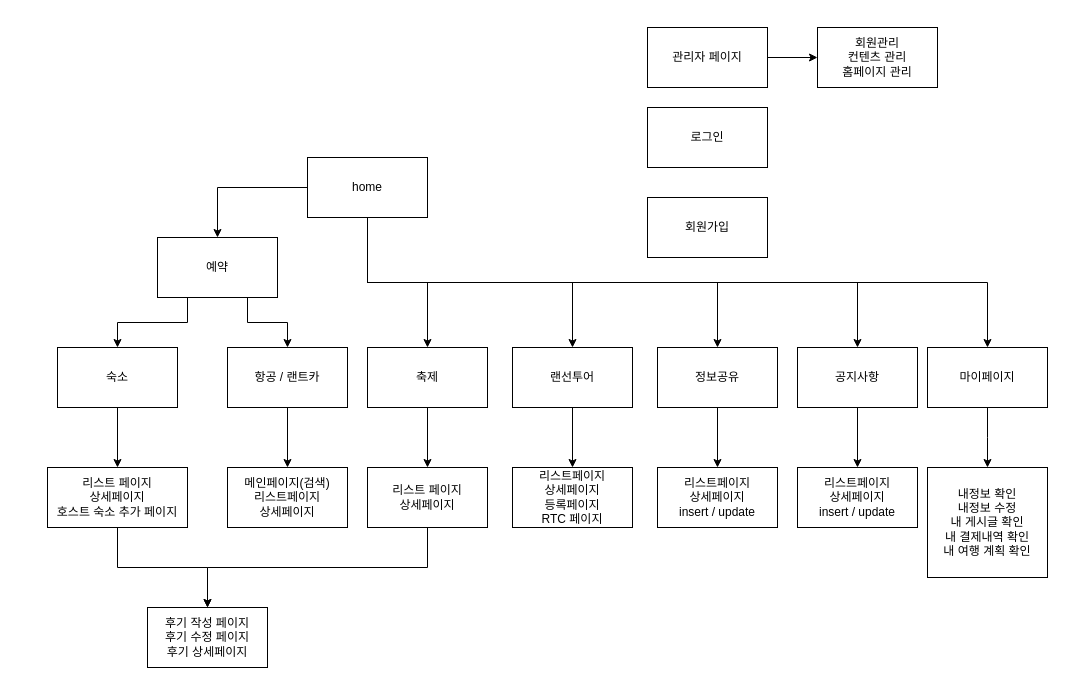
Above: Untitled Diagram.drawio in Janggeun-Lee/mygit (draw.io), before the change. Source tidied: cells renumbered, new cells numbered last; positions are measured from the earlier drawing's top-left corner, leaving out a move shared by most shapes. Both pictures are drawn from the tidied source at 100%, with x=0, y=0 at pixel (47, 27).
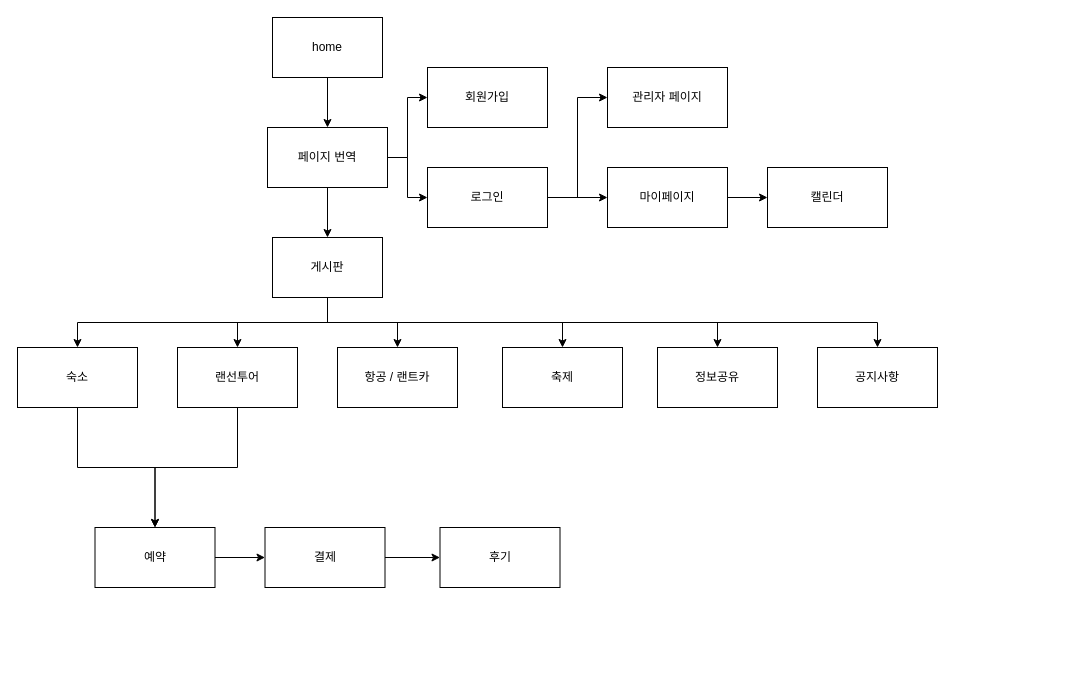
The same page after the edit.

What changed in the source:
```diff
@@
-    <mxCell id="2" style="edgeStyle=orthogonalEdgeStyle;rounded=0;jettySize=auto;html=1;exitX=0;exitY=0.5;exitDx=0;exitDy=0;entryX=0.5;entryY=0;entryDx=0;entryDy=0;" parent="1" edge="1" source="8" target="32">
-      <mxGeometry relative="1" as="geometry" />
-    </mxCell>
+    <mxCell id="5" style="edgeStyle=orthogonalEdgeStyle;rounded=0;jettySize=auto;html=1;exitX=0.5;exitY=1;exitDx=0;exitDy=0;" parent="1" edge="1" source="8" target="24">
+      <mxGeometry relative="1" as="geometry" />
+    </mxCell>
+    <mxCell id="6" style="edgeStyle=orthogonalEdgeStyle;rounded=0;jettySize=auto;html=1;exitX=0.5;exitY=1;exitDx=0;exitDy=0;entryX=0.5;entryY=0;entryDx=0;entryDy=0;" parent="1" edge="1" source="8" target="20">
+      <mxGeometry relative="1" as="geometry" />
+    </mxCell>
+    <mxCell id="41" style="edgeStyle=orthogonalEdgeStyle;rounded=0;jettySize=auto;html=1;exitX=0.5;exitY=1;exitDx=0;exitDy=0;entryX=0.5;entryY=0;entryDx=0;entryDy=0;" parent="1" edge="1" source="8" target="12">
+      <mxGeometry relative="1" as="geometry" />
+    </mxCell>
-    <mxCell id="3" style="edgeStyle=orthogonalEdgeStyle;rounded=0;jettySize=auto;html=1;exitX=0.5;exitY=1;exitDx=0;exitDy=0;entryX=0.5;entryY=0;entryDx=0;entryDy=0;" parent="1" edge="1" source="8" target="18">
+    <mxCell id="3" style="edgeStyle=orthogonalEdgeStyle;rounded=0;jettySize=auto;html=1;exitX=0.5;exitY=1;exitDx=0;exitDy=0;" parent="1" edge="1" source="8" target="18">
       <mxGeometry relative="1" as="geometry" />
     </mxCell>
@@
-    <mxCell id="5" style="edgeStyle=orthogonalEdgeStyle;rounded=0;jettySize=auto;html=1;exitX=0.5;exitY=1;exitDx=0;exitDy=0;" parent="1" edge="1" source="8" target="24">
-      <mxGeometry relative="1" as="geometry" />
-    </mxCell>
-    <mxCell id="6" style="edgeStyle=orthogonalEdgeStyle;rounded=0;jettySize=auto;html=1;exitX=0.5;exitY=1;exitDx=0;exitDy=0;entryX=0.5;entryY=0;entryDx=0;entryDy=0;" parent="1" edge="1" source="8" target="20">
-      <mxGeometry relative="1" as="geometry" />
-    </mxCell>
-    <mxCell id="7" style="edgeStyle=orthogonalEdgeStyle;rounded=0;jettySize=auto;html=1;exitX=0.5;exitY=1;exitDx=0;exitDy=0;entryX=0.5;entryY=0;entryDx=0;entryDy=0;" parent="1" edge="1" source="8" target="22">
-      <mxGeometry relative="1" as="geometry" />
-    </mxCell>
+    <mxCell id="42" style="edgeStyle=orthogonalEdgeStyle;rounded=0;jettySize=auto;html=1;exitX=0.5;exitY=1;exitDx=0;exitDy=0;" parent="1" edge="1" source="8" target="14">
+      <mxGeometry relative="1" as="geometry" />
+    </mxCell>
-    <mxCell id="8" value="home" style="rounded=0;whiteSpace=wrap;html=1;" parent="1" vertex="1">
-      <mxGeometry x="260" y="130" width="120" height="60" as="geometry" />
+    <mxCell id="8" value="게시판" style="rounded=0;whiteSpace=wrap;html=1;" parent="1" vertex="1">
+      <mxGeometry x="225" y="210" width="110" height="60" as="geometry" />
     </mxCell>
+    <mxCell id="43" style="edgeStyle=orthogonalEdgeStyle;rounded=0;jettySize=auto;html=1;exitX=1;exitY=0.5;exitDx=0;exitDy=0;entryX=0;entryY=0.5;entryDx=0;entryDy=0;" parent="1" edge="1" source="9" target="22">
+      <mxGeometry relative="1" as="geometry" />
+    </mxCell>
+    <mxCell id="44" style="edgeStyle=orthogonalEdgeStyle;rounded=0;jettySize=auto;html=1;exitX=1;exitY=0.5;exitDx=0;exitDy=0;entryX=0;entryY=0.5;entryDx=0;entryDy=0;" parent="1" edge="1" source="9" target="38">
+      <mxGeometry relative="1" as="geometry" />
+    </mxCell>
     <mxCell id="9" value="로그인" style="rounded=0;whiteSpace=wrap;html=1;" parent="1" vertex="1">
-      <mxGeometry x="600" y="80" width="120" height="60" as="geometry" />
+      <mxGeometry x="380" y="140" width="120" height="60" as="geometry" />
     </mxCell>
     <mxCell id="10" value="회원가입" style="rounded=0;whiteSpace=wrap;html=1;" parent="1" vertex="1">
-      <mxGeometry x="600" y="170" width="120" height="60" as="geometry" />
+      <mxGeometry x="380" y="40" width="120" height="60" as="geometry" />
     </mxCell>
-    <mxCell id="11" style="edgeStyle=orthogonalEdgeStyle;rounded=0;jettySize=auto;html=1;exitX=0.5;exitY=1;exitDx=0;exitDy=0;" parent="1" edge="1" source="12" target="33">
-      <mxGeometry relative="1" as="geometry" />
-    </mxCell>
     <mxCell id="12" value="항공 / 랜트카" style="rounded=0;whiteSpace=wrap;html=1;" parent="1" vertex="1">
-      <mxGeometry x="180" y="320" width="120" height="60" as="geometry" />
+      <mxGeometry x="290" y="320" width="120" height="60" as="geometry" />
     </mxCell>
-    <mxCell id="13" style="edgeStyle=orthogonalEdgeStyle;rounded=0;jettySize=auto;html=1;" parent="1" edge="1" source="14" target="26">
-      <mxGeometry relative="1" as="geometry" />
-    </mxCell>
+    <mxCell id="45" style="edgeStyle=orthogonalEdgeStyle;rounded=0;jettySize=auto;html=1;exitX=0.5;exitY=1;exitDx=0;exitDy=0;" parent="1" edge="1" source="14" target="29">
+      <mxGeometry relative="1" as="geometry" />
+    </mxCell>
     <mxCell id="14" value="숙소" style="rounded=0;whiteSpace=wrap;html=1;" parent="1" vertex="1">
-      <mxGeometry x="10" y="320" width="120" height="60" as="geometry" />
+      <mxGeometry x="-30" y="320" width="120" height="60" as="geometry" />
     </mxCell>
-    <mxCell id="15" style="edgeStyle=orthogonalEdgeStyle;rounded=0;jettySize=auto;html=1;exitX=0.5;exitY=1;exitDx=0;exitDy=0;" parent="1" edge="1" source="16" target="34">
-      <mxGeometry relative="1" as="geometry" />
-    </mxCell>
+    <mxCell id="46" style="edgeStyle=orthogonalEdgeStyle;rounded=0;jettySize=auto;html=1;exitX=0.5;exitY=1;exitDx=0;exitDy=0;entryX=0.5;entryY=0;entryDx=0;entryDy=0;" parent="1" edge="1" source="16" target="29">
+      <mxGeometry relative="1" as="geometry" />
+    </mxCell>
     <mxCell id="16" value="랜선투어" style="rounded=0;whiteSpace=wrap;html=1;" parent="1" vertex="1">
-      <mxGeometry x="465" y="320" width="120" height="60" as="geometry" />
+      <mxGeometry x="130" y="320" width="120" height="60" as="geometry" />
     </mxCell>
-    <mxCell id="17" style="edgeStyle=orthogonalEdgeStyle;rounded=0;jettySize=auto;html=1;exitX=0.5;exitY=1;exitDx=0;exitDy=0;entryX=0.5;entryY=0;entryDx=0;entryDy=0;" parent="1" edge="1" source="18" target="28">
-      <mxGeometry relative="1" as="geometry" />
-    </mxCell>
     <mxCell id="18" value="축제" style="rounded=0;whiteSpace=wrap;html=1;" parent="1" vertex="1">
-      <mxGeometry x="320" y="320" width="120" height="60" as="geometry" />
+      <mxGeometry x="455" y="320" width="120" height="60" as="geometry" />
     </mxCell>
-    <mxCell id="19" style="edgeStyle=orthogonalEdgeStyle;rounded=0;jettySize=auto;html=1;exitX=0.5;exitY=1;exitDx=0;exitDy=0;entryX=0.5;entryY=0;entryDx=0;entryDy=0;" parent="1" edge="1" source="20" target="36">
-      <mxGeometry relative="1" as="geometry" />
-    </mxCell>
     <mxCell id="20" value="공지사항" style="rounded=0;whiteSpace=wrap;html=1;" parent="1" vertex="1">
-      <mxGeometry x="750" y="320" width="120" height="60" as="geometry" />
+      <mxGeometry x="770" y="320" width="120" height="60" as="geometry" />
     </mxCell>
-    <mxCell id="21" style="edgeStyle=orthogonalEdgeStyle;rounded=0;jettySize=auto;html=1;exitX=0.5;exitY=1;exitDx=0;exitDy=0;" parent="1" edge="1" source="22">
-      <mxGeometry relative="1" as="geometry">
-        <mxPoint x="940" y="440" as="targetPoint" />
-      </mxGeometry>
-    </mxCell>
+    <mxCell id="24" value="정보공유" style="rounded=0;whiteSpace=wrap;html=1;" parent="1" vertex="1">
+      <mxGeometry x="610" y="320" width="120" height="60" as="geometry" />
+    </mxCell>
+    <mxCell id="47" style="edgeStyle=orthogonalEdgeStyle;rounded=0;jettySize=auto;html=1;exitX=1;exitY=0.5;exitDx=0;exitDy=0;" parent="1" edge="1" source="29" target="51">
+      <mxGeometry relative="1" as="geometry" />
+    </mxCell>
+    <mxCell id="29" value="예약" style="rounded=0;whiteSpace=wrap;html=1;" parent="1" vertex="1">
+      <mxGeometry x="47.5" y="500" width="120" height="60" as="geometry" />
+    </mxCell>
+    <mxCell id="38" value="관리자 페이지" style="rounded=0;whiteSpace=wrap;html=1;" parent="1" vertex="1">
+      <mxGeometry x="560" y="40" width="120" height="60" as="geometry" />
+    </mxCell>
+    <mxCell id="48" style="edgeStyle=orthogonalEdgeStyle;rounded=0;jettySize=auto;html=1;exitX=1;exitY=0.5;exitDx=0;exitDy=0;" parent="1" edge="1" source="22" target="49">
+      <mxGeometry relative="1" as="geometry" />
+    </mxCell>
     <mxCell id="22" value="마이페이지" style="rounded=0;whiteSpace=wrap;html=1;" parent="1" vertex="1">
-      <mxGeometry x="880" y="320" width="120" height="60" as="geometry" />
+      <mxGeometry x="560" y="140" width="120" height="60" as="geometry" />
     </mxCell>
-    <mxCell id="23" style="edgeStyle=orthogonalEdgeStyle;rounded=0;jettySize=auto;html=1;exitX=0.5;exitY=1;exitDx=0;exitDy=0;entryX=0.5;entryY=0;entryDx=0;entryDy=0;" parent="1" edge="1" source="24" target="35">
-      <mxGeometry relative="1" as="geometry" />
-    </mxCell>
-    <mxCell id="24" value="정보공유" style="rounded=0;whiteSpace=wrap;html=1;" parent="1" vertex="1">
-      <mxGeometry x="610" y="320" width="120" height="60" as="geometry" />
-    </mxCell>
-    <mxCell id="25" style="edgeStyle=orthogonalEdgeStyle;rounded=0;jettySize=auto;html=1;exitX=0.5;exitY=1;exitDx=0;exitDy=0;entryX=0.5;entryY=0;entryDx=0;entryDy=0;" parent="1" edge="1" source="26" target="29">
-      <mxGeometry relative="1" as="geometry" />
-    </mxCell>
-    <mxCell id="26" value="리스트 페이지&lt;br&gt;상세페이지&lt;br&gt;호스트 숙소 추가 페이지" style="rounded=0;whiteSpace=wrap;html=1;" parent="1" vertex="1">
-      <mxGeometry y="440" width="140" height="60" as="geometry" />
-    </mxCell>
-    <mxCell id="27" style="edgeStyle=orthogonalEdgeStyle;rounded=0;jettySize=auto;html=1;exitX=0.5;exitY=1;exitDx=0;exitDy=0;entryX=0.5;entryY=0;entryDx=0;entryDy=0;" parent="1" edge="1" source="28" target="29">
-      <mxGeometry relative="1" as="geometry" />
-    </mxCell>
-    <mxCell id="28" value="리스트 페이지&lt;br&gt;상세페이지&lt;br&gt;" style="rounded=0;whiteSpace=wrap;html=1;" parent="1" vertex="1">
-      <mxGeometry x="320" y="440" width="120" height="60" as="geometry" />
-    </mxCell>
-    <mxCell id="29" value="후기 작성 페이지&lt;br&gt;후기 수정 페이지&lt;br&gt;후기 상세페이지" style="rounded=0;whiteSpace=wrap;html=1;" parent="1" vertex="1">
-      <mxGeometry x="100" y="580" width="120" height="60" as="geometry" />
-    </mxCell>
-    <mxCell id="30" style="edgeStyle=orthogonalEdgeStyle;rounded=0;jettySize=auto;html=1;exitX=0.75;exitY=1;exitDx=0;exitDy=0;" parent="1" edge="1" source="32" target="12">
-      <mxGeometry relative="1" as="geometry" />
-    </mxCell>
-    <mxCell id="31" style="edgeStyle=orthogonalEdgeStyle;rounded=0;jettySize=auto;html=1;exitX=0.25;exitY=1;exitDx=0;exitDy=0;entryX=0.5;entryY=0;entryDx=0;entryDy=0;" parent="1" edge="1" source="32" target="14">
-      <mxGeometry relative="1" as="geometry" />
-    </mxCell>
-    <mxCell id="32" value="예약" style="rounded=0;whiteSpace=wrap;html=1;" parent="1" vertex="1">
-      <mxGeometry x="110" y="210" width="120" height="60" as="geometry" />
-    </mxCell>
-    <mxCell id="33" value="메인페이지(검색)&lt;br&gt;리스트페이지&lt;br&gt;상세페이지" style="rounded=0;whiteSpace=wrap;html=1;" parent="1" vertex="1">
-      <mxGeometry x="180" y="440" width="120" height="60" as="geometry" />
-    </mxCell>
-    <mxCell id="34" value="리스트페이지&lt;br&gt;상세페이지&lt;br&gt;등록페이지&lt;br&gt;RTC 페이지" style="rounded=0;whiteSpace=wrap;html=1;" parent="1" vertex="1">
-      <mxGeometry x="465" y="440" width="120" height="60" as="geometry" />
-    </mxCell>
-    <mxCell id="35" value="리스트페이지&lt;br&gt;상세페이지&lt;br&gt;insert / update" style="rounded=0;whiteSpace=wrap;html=1;" parent="1" vertex="1">
-      <mxGeometry x="610" y="440" width="120" height="60" as="geometry" />
-    </mxCell>
-    <mxCell id="36" value="리스트페이지&lt;br&gt;상세페이지&lt;br&gt;insert / update" style="rounded=0;whiteSpace=wrap;html=1;" parent="1" vertex="1">
-      <mxGeometry x="750" y="440" width="120" height="60" as="geometry" />
-    </mxCell>
-    <mxCell id="37" style="edgeStyle=orthogonalEdgeStyle;rounded=0;jettySize=auto;html=1;exitX=1;exitY=0.5;exitDx=0;exitDy=0;" parent="1" edge="1" source="38" target="40">
-      <mxGeometry relative="1" as="geometry" />
-    </mxCell>
-    <mxCell id="38" value="관리자 페이지" style="rounded=0;whiteSpace=wrap;html=1;" parent="1" vertex="1">
-      <mxGeometry x="600" width="120" height="60" as="geometry" />
-    </mxCell>
-    <mxCell id="39" value="내정보 확인&lt;br&gt;내정보 수정&lt;br&gt;내 게시글 확인&lt;br&gt;내 결제내역 확인&lt;br&gt;내 여행 계획 확인&lt;br&gt;" style="rounded=0;whiteSpace=wrap;html=1;" parent="1" vertex="1">
-      <mxGeometry x="880" y="440" width="120" height="110" as="geometry" />
-    </mxCell>
-    <mxCell id="40" value="회원관리&lt;br&gt;컨텐츠 관리&lt;br&gt;홈페이지 관리" style="rounded=0;whiteSpace=wrap;html=1;" parent="1" vertex="1">
-      <mxGeometry x="770" width="120" height="60" as="geometry" />
-    </mxCell>
+    <mxCell id="49" value="캘린더" style="rounded=0;whiteSpace=wrap;html=1;" parent="1" vertex="1">
+      <mxGeometry x="720" y="140" width="120" height="60" as="geometry" />
+    </mxCell>
+    <mxCell id="50" style="edgeStyle=orthogonalEdgeStyle;rounded=0;jettySize=auto;html=1;exitX=1;exitY=0.5;exitDx=0;exitDy=0;" parent="1" edge="1" source="51" target="54">
+      <mxGeometry relative="1" as="geometry" />
+    </mxCell>
+    <mxCell id="51" value="결제" style="rounded=0;whiteSpace=wrap;html=1;" parent="1" vertex="1">
+      <mxGeometry x="217.5" y="500" width="120" height="60" as="geometry" />
+    </mxCell>
+    <mxCell id="52" style="edgeStyle=orthogonalEdgeStyle;rounded=0;jettySize=auto;html=1;exitX=0.5;exitY=1;exitDx=0;exitDy=0;entryX=0.5;entryY=0;entryDx=0;entryDy=0;" parent="1" edge="1" source="53" target="58">
+      <mxGeometry relative="1" as="geometry" />
+    </mxCell>
+    <mxCell id="53" value="home" style="rounded=0;whiteSpace=wrap;html=1;" parent="1" vertex="1">
+      <mxGeometry x="225" y="-10" width="110" height="60" as="geometry" />
+    </mxCell>
+    <mxCell id="54" value="후기" style="rounded=0;whiteSpace=wrap;html=1;" parent="1" vertex="1">
+      <mxGeometry x="392.5" y="500" width="120" height="60" as="geometry" />
+    </mxCell>
+    <mxCell id="55" style="edgeStyle=orthogonalEdgeStyle;rounded=0;jettySize=auto;html=1;exitX=0.5;exitY=1;exitDx=0;exitDy=0;entryX=0.5;entryY=0;entryDx=0;entryDy=0;" parent="1" edge="1" source="58" target="8">
+      <mxGeometry relative="1" as="geometry" />
+    </mxCell>
+    <mxCell id="56" style="edgeStyle=orthogonalEdgeStyle;rounded=0;jettySize=auto;html=1;exitX=1;exitY=0.5;exitDx=0;exitDy=0;entryX=0;entryY=0.5;entryDx=0;entryDy=0;" parent="1" edge="1" source="58" target="10">
+      <mxGeometry relative="1" as="geometry" />
+    </mxCell>
+    <mxCell id="57" style="edgeStyle=orthogonalEdgeStyle;rounded=0;jettySize=auto;html=1;exitX=1;exitY=0.5;exitDx=0;exitDy=0;entryX=0;entryY=0.5;entryDx=0;entryDy=0;" parent="1" edge="1" source="58" target="9">
+      <mxGeometry relative="1" as="geometry" />
+    </mxCell>
+    <mxCell id="58" value="페이지 번역" style="rounded=0;whiteSpace=wrap;html=1;" parent="1" vertex="1">
+      <mxGeometry x="220" y="100" width="120" height="60" as="geometry" />
+    </mxCell>
```
